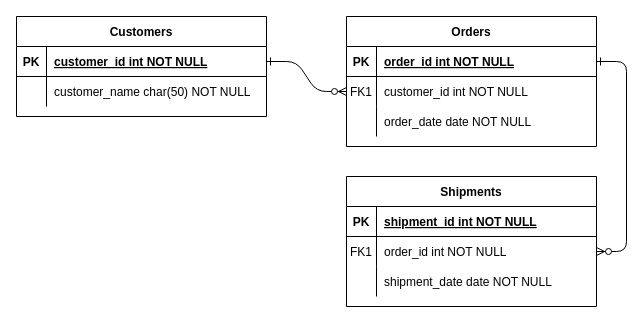
The draw.io diagram Untitled Diagram.drawio in leeservice/sql_kainos_academy, before the edit. Source tidied: cells renumbered, new cells numbered last; positions are measured from the earlier drawing's top-left corner, leaving out a move shared by most shapes. Both pictures are drawn from the tidied source at 100%, with x=0, y=0 at pixel (16, 16).
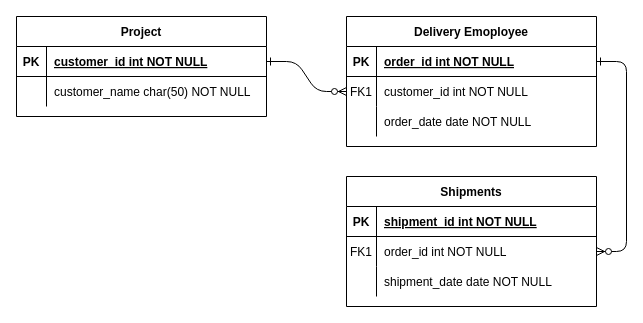
Above is the later version.

The edit, as a diff of the source:
```diff
@@
-    <mxCell id="4" value="Orders" style="shape=table;startSize=30;childLayout=tableLayout;rowLines=0;fontStyle=1;align=center;" parent="1" vertex="1">
+    <mxCell id="4" value="Delivery Emoployee" style="shape=table;startSize=30;childLayout=tableLayout;rowLines=0;fontStyle=1;align=center;" parent="1" vertex="1">
       <mxGeometry x="330" width="250" height="130" as="geometry" />
     </mxCell>
@@
-    <mxCell id="24" value="Customers" style="shape=table;startSize=30;childLayout=tableLayout;rowLines=0;fontStyle=1;align=center;" parent="1" vertex="1">
+    <mxCell id="24" value="Project" style="shape=table;startSize=30;childLayout=tableLayout;rowLines=0;fontStyle=1;align=center;" parent="1" vertex="1">
       <mxGeometry width="250" height="100" as="geometry" />
     </mxCell>
```
